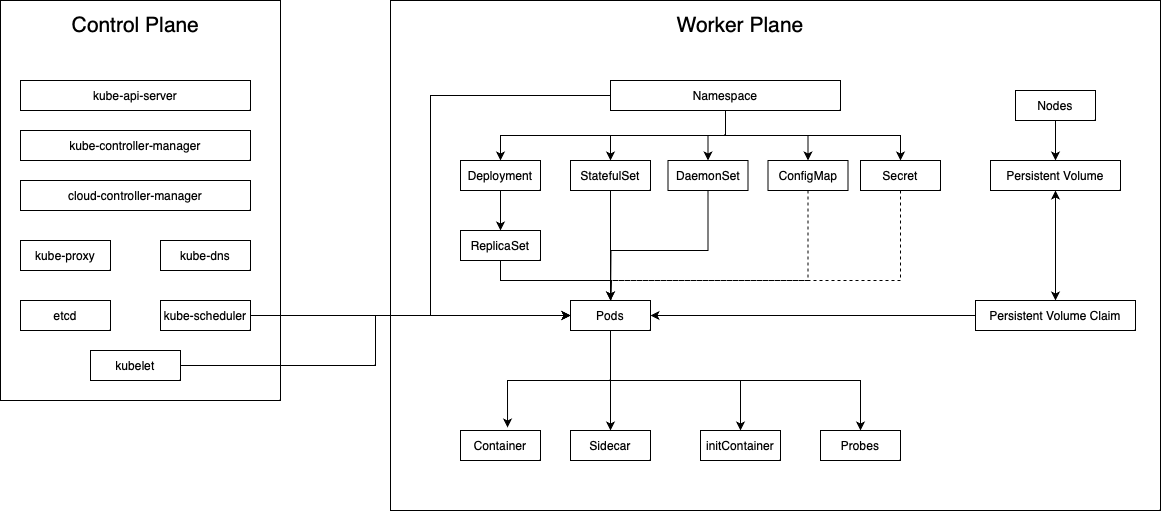
Above: static/images/kubernetes.png in AnshumanTripathi/anshumantripathi.github.io (draw.io), before the change. Source tidied: cells renumbered, new cells last; positions are measured from the earlier drawing's top-left corner, leaving out a move shared by most shapes.
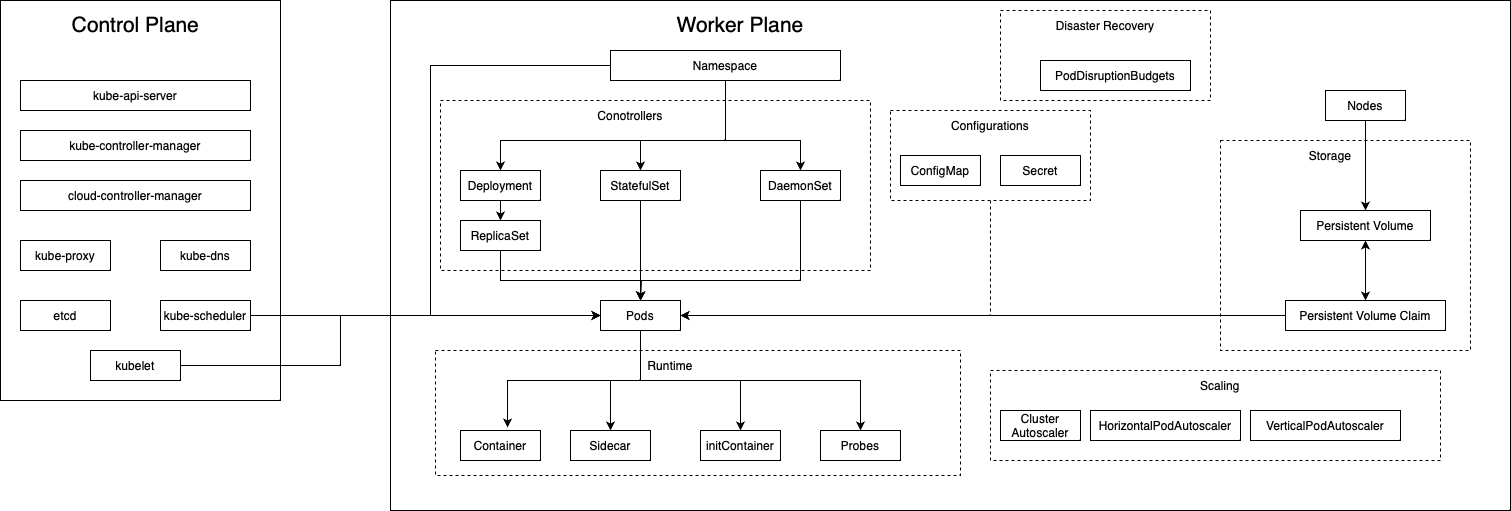
The same file after the commit.

Diff of the diagram source:
```diff
@@ -3,8 +3,23 @@
     <mxCell id="0" />
     <mxCell id="1" parent="0" />
     <mxCell id="2" style="rounded=0;whiteSpace=wrap;html=1;" parent="1" vertex="1">
-      <mxGeometry x="390" width="770" height="510" as="geometry" />
+      <mxGeometry x="390" width="1120" height="510" as="geometry" />
     </mxCell>
+    <mxCell id="50" style="rounded=0;whiteSpace=wrap;html=1;dashed=1;" parent="1" vertex="1">
+      <mxGeometry x="440" y="100" width="430" height="170" as="geometry" />
+    </mxCell>
+    <mxCell id="51" style="rounded=0;whiteSpace=wrap;html=1;dashed=1;" parent="1" vertex="1">
+      <mxGeometry x="435" y="350" width="525" height="125" as="geometry" />
+    </mxCell>
+    <mxCell id="52" style="rounded=0;whiteSpace=wrap;html=1;dashed=1;" parent="1" vertex="1">
+      <mxGeometry x="1220" y="140" width="250" height="210" as="geometry" />
+    </mxCell>
+    <mxCell id="53" style="edgeStyle=orthogonalEdgeStyle;rounded=0;jettySize=auto;html=1;exitX=0.5;exitY=1;exitDx=0;exitDy=0;entryX=1;entryY=0.5;entryDx=0;entryDy=0;dashed=1;" parent="1" edge="1" source="54" target="33">
+      <mxGeometry relative="1" as="geometry" />
+    </mxCell>
+    <mxCell id="54" style="rounded=0;whiteSpace=wrap;html=1;dashed=1;" parent="1" vertex="1">
+      <mxGeometry x="890" y="110" width="200" height="90" as="geometry" />
+    </mxCell>
     <mxCell id="3" value="C" style="rounded=0;whiteSpace=wrap;html=1;" parent="1" vertex="1">
       <mxGeometry width="280" height="400" as="geometry" />
     </mxCell>
@@ -37,70 +52,85 @@
       <mxGeometry x="20" y="180" width="230" height="30" as="geometry" />
     </mxCell>
     <mxCell id="12" style="edgeStyle=orthogonalEdgeStyle;rounded=0;jettySize=auto;html=1;exitX=1;exitY=0.5;exitDx=0;exitDy=0;entryX=0;entryY=0.5;entryDx=0;entryDy=0;" parent="1" edge="1" source="13" target="33">
-      <mxGeometry relative="1" as="geometry" />
+      <mxGeometry relative="1" as="geometry">
+        <Array as="points">
+          <mxPoint x="340" y="365" />
+          <mxPoint x="340" y="315" />
+        </Array>
+      </mxGeometry>
     </mxCell>
     <mxCell id="13" value="kubelet" style="rounded=0;whiteSpace=wrap;html=1;" parent="1" vertex="1">
       <mxGeometry x="90" y="350" width="90" height="30" as="geometry" />
     </mxCell>
     <mxCell id="14" style="edgeStyle=orthogonalEdgeStyle;rounded=0;jettySize=auto;html=1;exitX=0.5;exitY=1;exitDx=0;exitDy=0;" parent="1" edge="1" source="20" target="22">
-      <mxGeometry relative="1" as="geometry" />
+      <mxGeometry relative="1" as="geometry">
+        <Array as="points">
+          <mxPoint x="725" y="140" />
+          <mxPoint x="500" y="140" />
+        </Array>
+      </mxGeometry>
     </mxCell>
     <mxCell id="15" style="edgeStyle=orthogonalEdgeStyle;rounded=0;jettySize=auto;html=1;exitX=0.5;exitY=1;exitDx=0;exitDy=0;entryX=0.5;entryY=0;entryDx=0;entryDy=0;" parent="1" edge="1" source="20" target="24">
-      <mxGeometry relative="1" as="geometry" />
+      <mxGeometry relative="1" as="geometry">
+        <Array as="points">
+          <mxPoint x="725" y="140" />
+          <mxPoint x="640" y="140" />
+        </Array>
+      </mxGeometry>
     </mxCell>
     <mxCell id="16" style="edgeStyle=orthogonalEdgeStyle;rounded=0;jettySize=auto;html=1;exitX=0.5;exitY=1;exitDx=0;exitDy=0;" parent="1" edge="1" source="20" target="26">
-      <mxGeometry relative="1" as="geometry" />
+      <mxGeometry relative="1" as="geometry">
+        <Array as="points">
+          <mxPoint x="725" y="140" />
+          <mxPoint x="800" y="140" />
+        </Array>
+      </mxGeometry>
     </mxCell>
-    <mxCell id="17" style="edgeStyle=orthogonalEdgeStyle;rounded=0;jettySize=auto;html=1;exitX=0.5;exitY=1;exitDx=0;exitDy=0;entryX=0.5;entryY=0;entryDx=0;entryDy=0;" parent="1" edge="1" source="20" target="39">
-      <mxGeometry relative="1" as="geometry" />
-    </mxCell>
-    <mxCell id="18" style="edgeStyle=orthogonalEdgeStyle;rounded=0;jettySize=auto;html=1;exitX=0.5;exitY=1;exitDx=0;exitDy=0;entryX=0.5;entryY=0;entryDx=0;entryDy=0;" parent="1" edge="1" source="20" target="41">
-      <mxGeometry relative="1" as="geometry" />
-    </mxCell>
     <mxCell id="19" style="edgeStyle=orthogonalEdgeStyle;rounded=0;jettySize=auto;html=1;exitX=0;exitY=0.5;exitDx=0;exitDy=0;entryX=0;entryY=0.5;entryDx=0;entryDy=0;" parent="1" edge="1" source="20" target="33">
       <mxGeometry relative="1" as="geometry">
         <Array as="points">
-          <mxPoint x="430" y="95" />
+          <mxPoint x="430" y="65" />
           <mxPoint x="430" y="315" />
         </Array>
       </mxGeometry>
     </mxCell>
     <mxCell id="20" value="Namespace" style="rounded=0;whiteSpace=wrap;html=1;" parent="1" vertex="1">
-      <mxGeometry x="610" y="80" width="230" height="30" as="geometry" />
+      <mxGeometry x="610" y="50" width="230" height="30" as="geometry" />
     </mxCell>
     <mxCell id="21" style="edgeStyle=orthogonalEdgeStyle;rounded=0;jettySize=auto;html=1;exitX=0.5;exitY=1;exitDx=0;exitDy=0;entryX=0.5;entryY=0;entryDx=0;entryDy=0;" parent="1" edge="1" source="22" target="28">
       <mxGeometry relative="1" as="geometry" />
     </mxCell>
     <mxCell id="22" value="Deployment" style="rounded=0;whiteSpace=wrap;html=1;" parent="1" vertex="1">
-      <mxGeometry x="460" y="160" width="80" height="30" as="geometry" />
+      <mxGeometry x="460" y="170" width="80" height="30" as="geometry" />
     </mxCell>
-    <mxCell id="23" style="edgeStyle=orthogonalEdgeStyle;rounded=0;jettySize=auto;html=1;exitX=0.5;exitY=1;exitDx=0;exitDy=0;" parent="1" edge="1" source="24">
-      <mxGeometry relative="1" as="geometry">
-        <mxPoint x="610" y="310" as="targetPoint" />
-      </mxGeometry>
+    <mxCell id="23" style="edgeStyle=orthogonalEdgeStyle;rounded=0;jettySize=auto;html=1;exitX=0.5;exitY=1;exitDx=0;exitDy=0;entryX=0.5;entryY=0;entryDx=0;entryDy=0;" parent="1" edge="1" source="24" target="33">
+      <mxGeometry relative="1" as="geometry" />
     </mxCell>
     <mxCell id="24" value="StatefulSet" style="rounded=0;whiteSpace=wrap;html=1;" parent="1" vertex="1">
-      <mxGeometry x="570" y="160" width="80" height="30" as="geometry" />
+      <mxGeometry x="600" y="170" width="80" height="30" as="geometry" />
     </mxCell>
-    <mxCell id="25" style="edgeStyle=orthogonalEdgeStyle;rounded=0;jettySize=auto;html=1;exitX=0.5;exitY=1;exitDx=0;exitDy=0;" parent="1" edge="1" source="26">
-      <mxGeometry relative="1" as="geometry">
-        <mxPoint x="610" y="310" as="targetPoint" />
-      </mxGeometry>
-    </mxCell>
+    <mxCell id="55" style="edgeStyle=orthogonalEdgeStyle;rounded=0;jettySize=auto;html=1;exitX=0.5;exitY=1;exitDx=0;exitDy=0;" parent="1" edge="1" source="26">
+      <mxGeometry relative="1" as="geometry">
+        <mxPoint x="640" y="300" as="targetPoint" />
+        <Array as="points">
+          <mxPoint x="800" y="280" />
+          <mxPoint x="641" y="280" />
+        </Array>
+      </mxGeometry>
+    </mxCell>
     <mxCell id="26" value="DaemonSet" style="rounded=0;whiteSpace=wrap;html=1;" parent="1" vertex="1">
-      <mxGeometry x="667.5" y="160" width="80" height="30" as="geometry" />
+      <mxGeometry x="760" y="170" width="80" height="30" as="geometry" />
     </mxCell>
-    <mxCell id="27" style="edgeStyle=orthogonalEdgeStyle;rounded=0;jettySize=auto;html=1;exitX=0.5;exitY=1;exitDx=0;exitDy=0;" parent="1" edge="1" source="28">
+    <mxCell id="27" style="edgeStyle=orthogonalEdgeStyle;rounded=0;jettySize=auto;html=1;exitX=0.5;exitY=1;exitDx=0;exitDy=0;entryX=0.5;entryY=0;entryDx=0;entryDy=0;" parent="1" edge="1" source="28" target="33">
       <mxGeometry relative="1" as="geometry">
-        <mxPoint x="610" y="310" as="targetPoint" />
         <Array as="points">
           <mxPoint x="500" y="280" />
-          <mxPoint x="611" y="280" />
+          <mxPoint x="640" y="280" />
         </Array>
       </mxGeometry>
     </mxCell>
     <mxCell id="28" value="ReplicaSet" style="rounded=0;whiteSpace=wrap;html=1;" parent="1" vertex="1">
-      <mxGeometry x="460" y="230" width="80" height="30" as="geometry" />
+      <mxGeometry x="460" y="220" width="80" height="30" as="geometry" />
     </mxCell>
     <mxCell id="29" style="edgeStyle=orthogonalEdgeStyle;rounded=0;jettySize=auto;html=1;exitX=0.5;exitY=1;exitDx=0;exitDy=0;entryX=0.588;entryY=-0.1;entryDx=0;entryDy=0;entryPerimeter=0;" parent="1" edge="1" source="33" target="34">
       <mxGeometry relative="1" as="geometry" />
@@ -115,7 +145,7 @@
       <mxGeometry relative="1" as="geometry" />
     </mxCell>
     <mxCell id="33" value="Pods" style="rounded=0;whiteSpace=wrap;html=1;" parent="1" vertex="1">
-      <mxGeometry x="570" y="300" width="80" height="30" as="geometry" />
+      <mxGeometry x="600" y="300" width="80" height="30" as="geometry" />
     </mxCell>
     <mxCell id="34" value="Container" style="rounded=0;whiteSpace=wrap;html=1;" parent="1" vertex="1">
       <mxGeometry x="460" y="430" width="80" height="30" as="geometry" />
@@ -129,33 +159,17 @@
     <mxCell id="37" value="Probes" style="rounded=0;whiteSpace=wrap;html=1;" parent="1" vertex="1">
       <mxGeometry x="820" y="430" width="80" height="30" as="geometry" />
     </mxCell>
-    <mxCell id="38" style="edgeStyle=orthogonalEdgeStyle;rounded=0;jettySize=auto;html=1;exitX=0.5;exitY=1;exitDx=0;exitDy=0;entryX=0.5;entryY=0;entryDx=0;entryDy=0;dashed=1;" parent="1" edge="1" source="39" target="33">
-      <mxGeometry relative="1" as="geometry">
-        <Array as="points">
-          <mxPoint x="808" y="280" />
-          <mxPoint x="610" y="280" />
-        </Array>
-      </mxGeometry>
-    </mxCell>
     <mxCell id="39" value="ConfigMap" style="rounded=0;whiteSpace=wrap;html=1;" parent="1" vertex="1">
-      <mxGeometry x="767.5" y="160" width="80" height="30" as="geometry" />
+      <mxGeometry x="900" y="155" width="80" height="30" as="geometry" />
     </mxCell>
-    <mxCell id="40" style="edgeStyle=orthogonalEdgeStyle;rounded=0;jettySize=auto;html=1;exitX=0.5;exitY=1;exitDx=0;exitDy=0;dashed=1;" parent="1" edge="1" source="41" target="33">
-      <mxGeometry relative="1" as="geometry">
-        <Array as="points">
-          <mxPoint x="900" y="280" />
-          <mxPoint x="610" y="280" />
-        </Array>
-      </mxGeometry>
-    </mxCell>
     <mxCell id="41" value="Secret" style="rounded=0;whiteSpace=wrap;html=1;" parent="1" vertex="1">
-      <mxGeometry x="860" y="160" width="80" height="30" as="geometry" />
+      <mxGeometry x="1000" y="155" width="80" height="30" as="geometry" />
     </mxCell>
     <mxCell id="42" style="edgeStyle=orthogonalEdgeStyle;rounded=0;jettySize=auto;html=1;exitX=0.5;exitY=1;exitDx=0;exitDy=0;entryX=0.5;entryY=0;entryDx=0;entryDy=0;" parent="1" edge="1" source="43" target="47">
       <mxGeometry relative="1" as="geometry" />
     </mxCell>
     <mxCell id="43" value="Nodes" style="rounded=0;whiteSpace=wrap;html=1;" parent="1" vertex="1">
-      <mxGeometry x="1015" y="90" width="80" height="30" as="geometry" />
+      <mxGeometry x="1325" y="90" width="80" height="30" as="geometry" />
     </mxCell>
     <mxCell id="44" value="&lt;font style=&quot;font-size: 21px;&quot;&gt;Control Plane&lt;/font&gt;" style="text;html=1;strokeColor=none;fillColor=none;align=center;verticalAlign=middle;whiteSpace=wrap;rounded=0;" parent="1" vertex="1">
       <mxGeometry x="62.5" y="10" width="145" height="30" as="geometry" />
@@ -167,13 +181,49 @@
       <mxGeometry relative="1" as="geometry" />
     </mxCell>
     <mxCell id="47" value="Persistent Volume" style="rounded=0;whiteSpace=wrap;html=1;" parent="1" vertex="1">
-      <mxGeometry x="990" y="160" width="130" height="30" as="geometry" />
+      <mxGeometry x="1300" y="210" width="130" height="30" as="geometry" />
     </mxCell>
     <mxCell id="48" style="edgeStyle=orthogonalEdgeStyle;rounded=0;jettySize=auto;html=1;exitX=0;exitY=0.5;exitDx=0;exitDy=0;" parent="1" edge="1" source="49" target="33">
       <mxGeometry relative="1" as="geometry" />
     </mxCell>
     <mxCell id="49" value="Persistent Volume Claim" style="rounded=0;whiteSpace=wrap;html=1;" parent="1" vertex="1">
-      <mxGeometry x="975" y="300" width="160" height="30" as="geometry" />
+      <mxGeometry x="1285" y="300" width="160" height="30" as="geometry" />
     </mxCell>
+    <mxCell id="56" value="Configurations" style="text;html=1;strokeColor=none;fillColor=none;align=center;verticalAlign=middle;whiteSpace=wrap;rounded=0;" parent="1" vertex="1">
+      <mxGeometry x="960" y="110" width="60" height="30" as="geometry" />
+    </mxCell>
+    <mxCell id="57" value="Storage" style="text;html=1;strokeColor=none;fillColor=none;align=center;verticalAlign=middle;whiteSpace=wrap;rounded=0;" parent="1" vertex="1">
+      <mxGeometry x="1300" y="140" width="60" height="30" as="geometry" />
+    </mxCell>
+    <mxCell id="58" value="Runtime" style="text;html=1;strokeColor=none;fillColor=none;align=center;verticalAlign=middle;whiteSpace=wrap;rounded=0;" parent="1" vertex="1">
+      <mxGeometry x="640" y="350" width="60" height="30" as="geometry" />
+    </mxCell>
+    <mxCell id="59" value="Conotrollers" style="text;html=1;strokeColor=none;fillColor=none;align=center;verticalAlign=middle;whiteSpace=wrap;rounded=0;" parent="1" vertex="1">
+      <mxGeometry x="600" y="100" width="60" height="30" as="geometry" />
+    </mxCell>
+    <mxCell id="60" style="rounded=0;whiteSpace=wrap;html=1;dashed=1;" parent="1" vertex="1">
+      <mxGeometry x="990" y="370" width="450" height="90" as="geometry" />
+    </mxCell>
+    <mxCell id="61" value="Scaling" style="text;html=1;strokeColor=none;fillColor=none;align=center;verticalAlign=middle;whiteSpace=wrap;rounded=0;" parent="1" vertex="1">
+      <mxGeometry x="1190" y="370" width="60" height="30" as="geometry" />
+    </mxCell>
+    <mxCell id="62" value="Cluster Autoscaler" style="rounded=0;whiteSpace=wrap;html=1;" parent="1" vertex="1">
+      <mxGeometry x="1000" y="410" width="80" height="30" as="geometry" />
+    </mxCell>
+    <mxCell id="63" value="HorizontalPodAutoscaler" style="rounded=0;whiteSpace=wrap;html=1;" parent="1" vertex="1">
+      <mxGeometry x="1090" y="410" width="150" height="30" as="geometry" />
+    </mxCell>
+    <mxCell id="64" value="VerticalPodAutoscaler" style="rounded=0;whiteSpace=wrap;html=1;" parent="1" vertex="1">
+      <mxGeometry x="1250" y="410" width="150" height="30" as="geometry" />
+    </mxCell>
+    <mxCell id="65" style="rounded=0;whiteSpace=wrap;html=1;dashed=1;" parent="1" vertex="1">
+      <mxGeometry x="1000" y="10" width="210" height="90" as="geometry" />
+    </mxCell>
+    <mxCell id="66" value="Disaster Recovery" style="text;html=1;strokeColor=none;fillColor=none;align=center;verticalAlign=middle;whiteSpace=wrap;rounded=0;" parent="1" vertex="1">
+      <mxGeometry x="1050" y="10" width="110" height="30" as="geometry" />
+    </mxCell>
+    <mxCell id="67" value="PodDisruptionBudgets" style="rounded=0;whiteSpace=wrap;html=1;" parent="1" vertex="1">
+      <mxGeometry x="1040" y="60" width="150" height="30" as="geometry" />
+    </mxCell>
   </root>
 </mxGraphModel>
```
